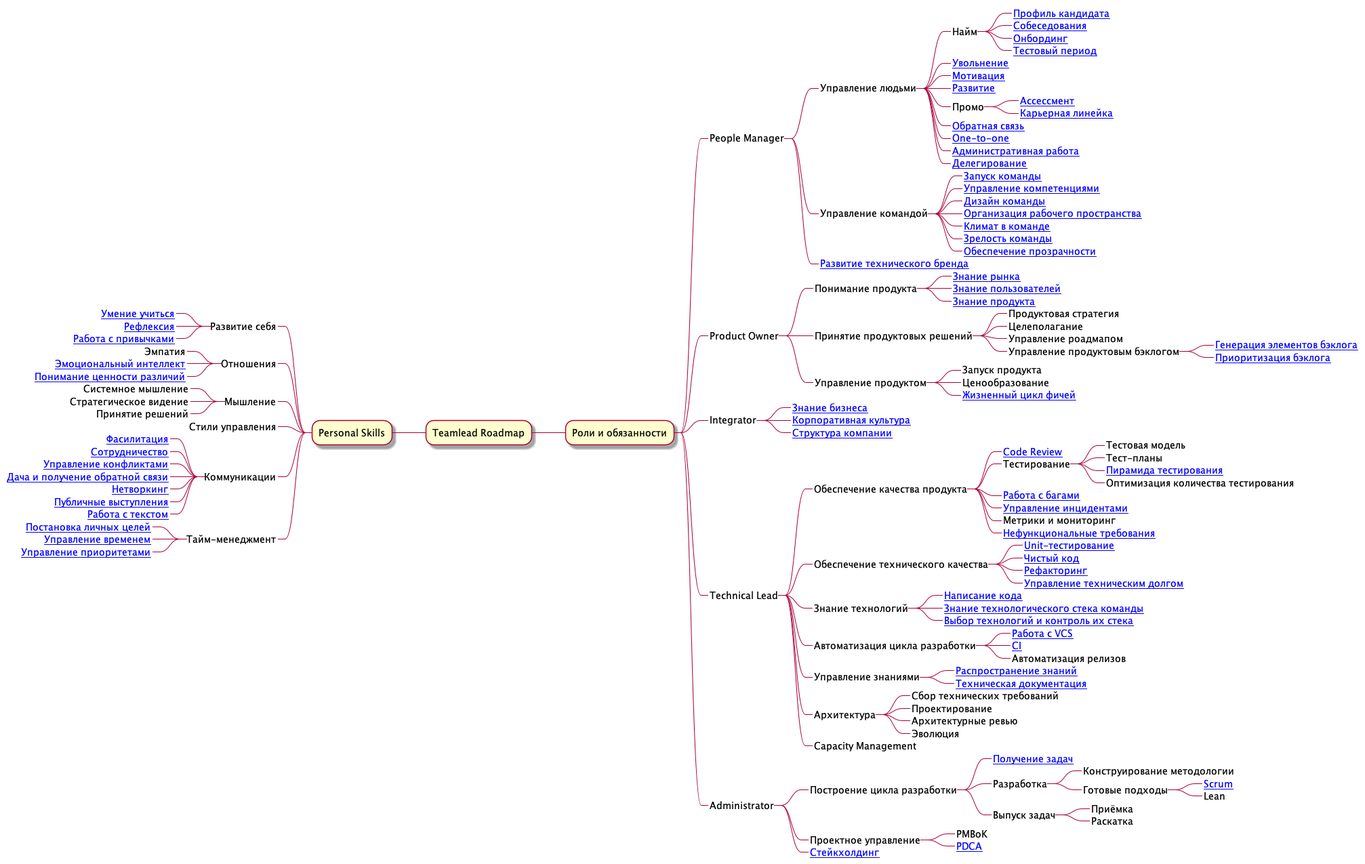
This is roadmap.png from tlbootcamp/tlroadmap, a PlantUML export, as it was before one commit.
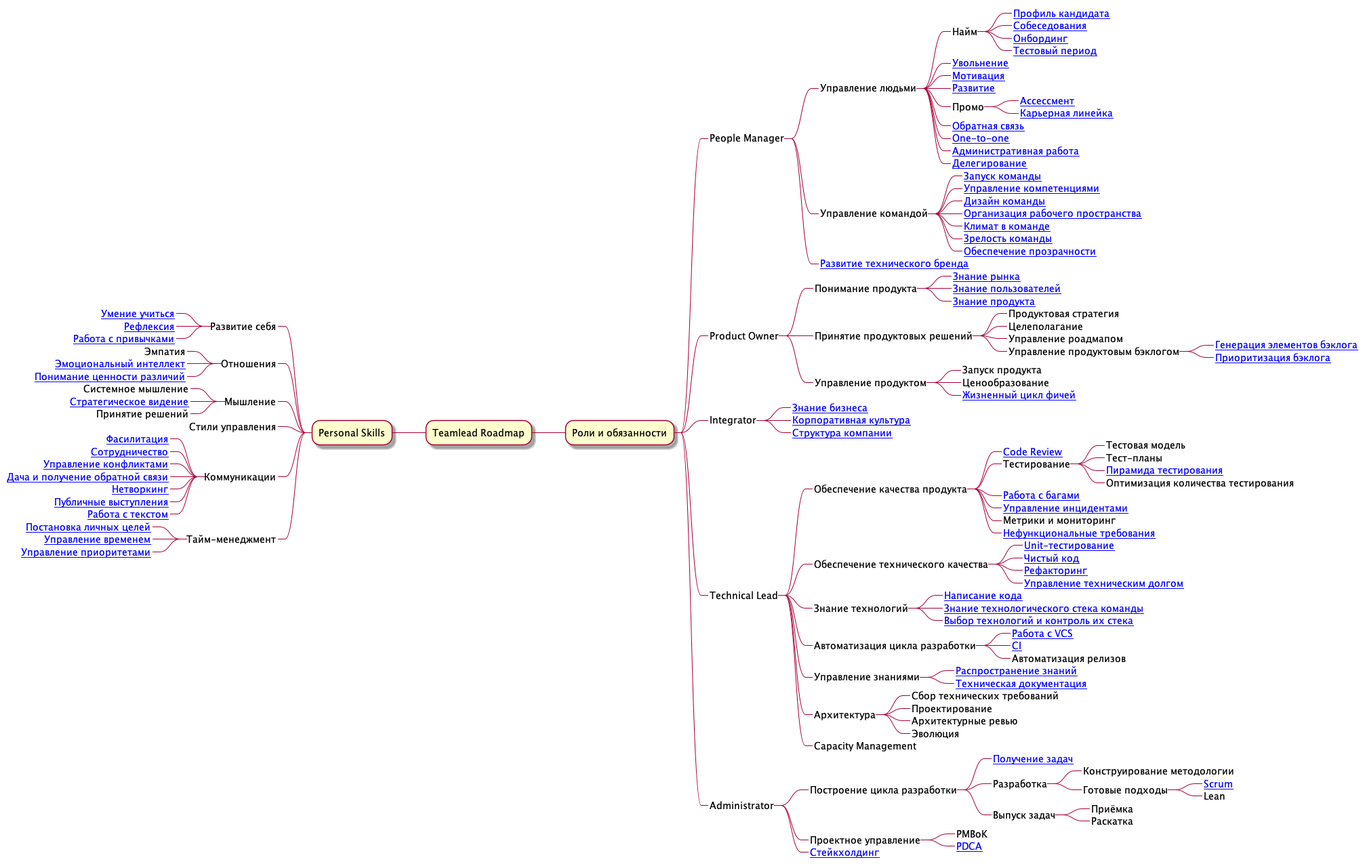
The same diagram one commit later.

Change to the diagram source:
```diff
@@ -110,7 +110,7 @@
 ****_ [[https://github.com/tlbootcamp/tlroadmap/blob/master/skills/self-improvement/diversity.md Понимание ценности различий]]
 ***_ Мышление
 ****_ Системное мышление
-****_ Стратегическое видение
+****_ [[https://github.com/tlbootcamp/tlroadmap/blob/master/skills/self-improvement/stategic-thinking.md Стратегическое видение]]
 ****_ Принятие решений
 ***_ Стили управления
 ***_ Коммуникации
```
